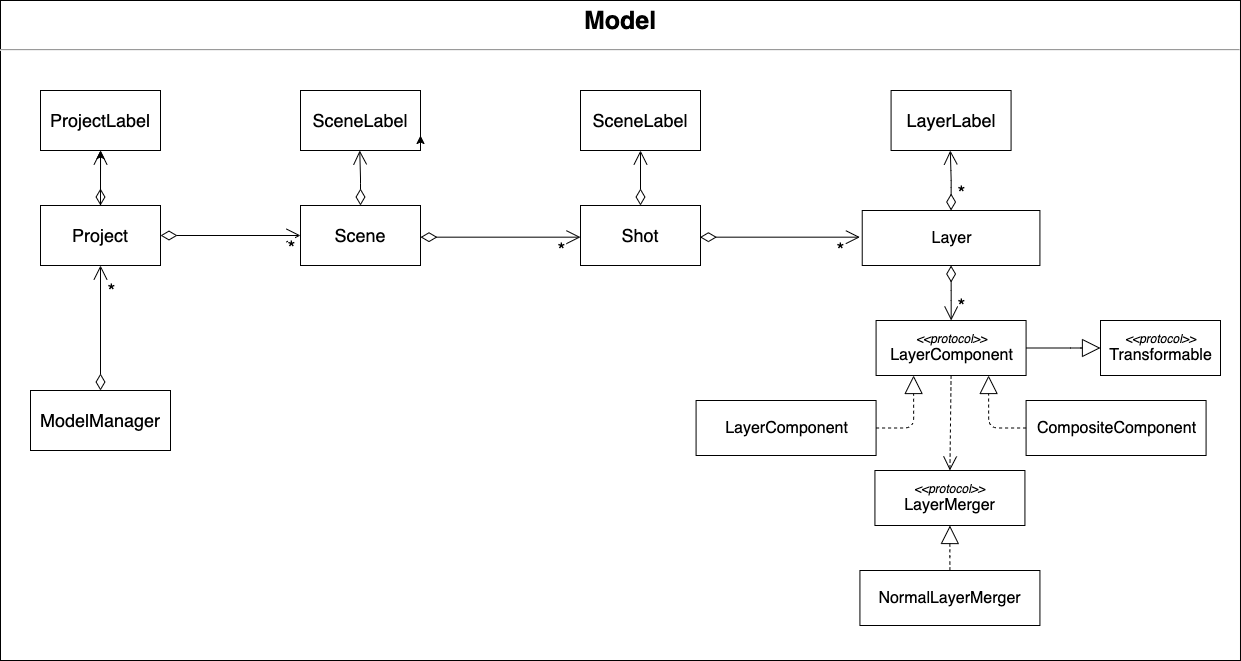
This is diagrams/ModelDiagram.png from CS3217-Storyteller/storyteller-app, a draw.io export, as it was before one commit. Source tidied: cells renumbered, new cells last; positions are measured from the earlier drawing's top-left corner, leaving out a move shared by most shapes.
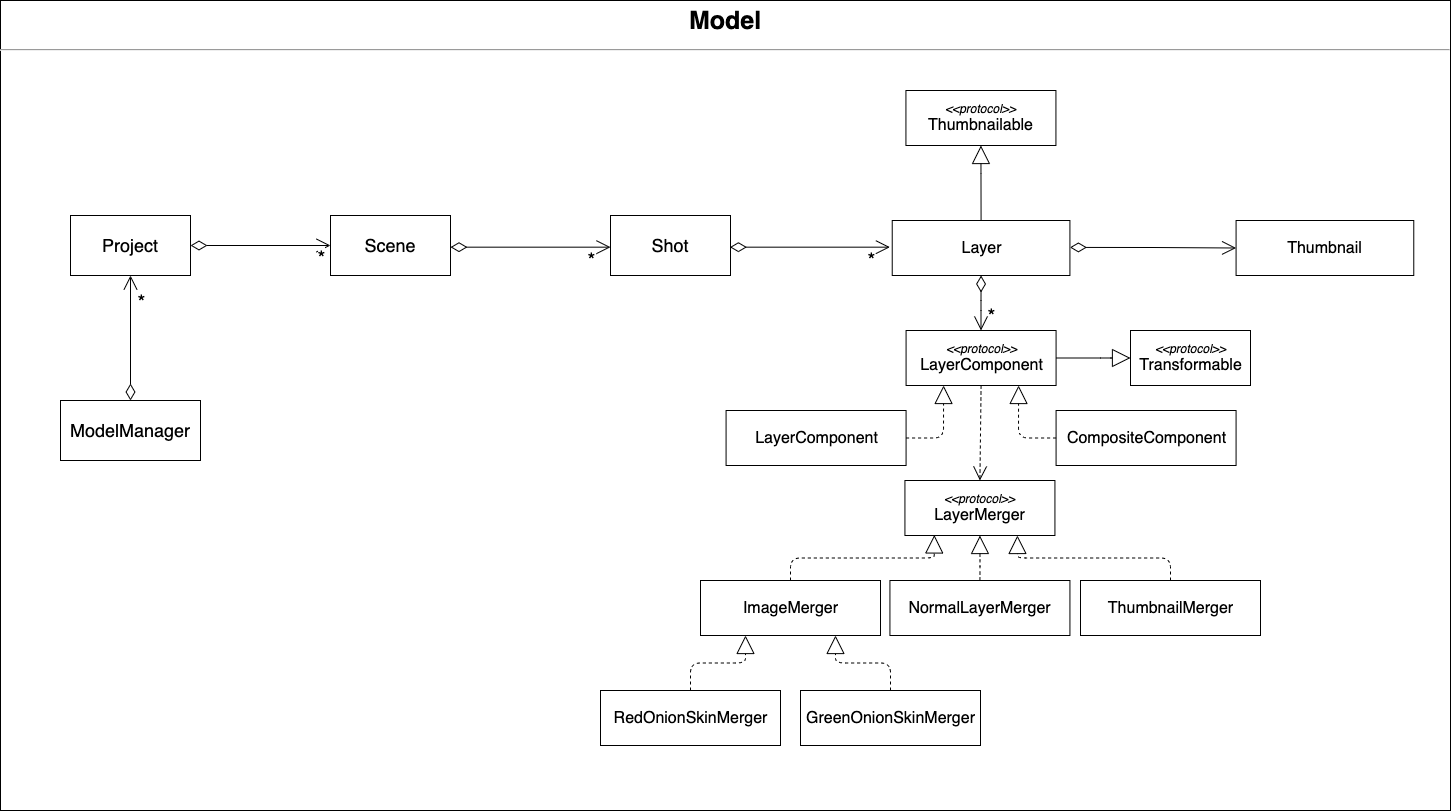
Later version of the same file.

The edit, as a diff of the source:
```diff
@@ -3,7 +3,7 @@
     <mxCell id="0" />
     <mxCell id="1" parent="0" />
     <mxCell id="2" value="&lt;p style=&quot;margin: 6px 0px 0px ; text-align: center ; font-size: 25px&quot;&gt;&lt;b&gt;&lt;font style=&quot;font-size: 25px&quot;&gt;Model&lt;/font&gt;&lt;/b&gt;&lt;/p&gt;&lt;hr style=&quot;font-size: 25px&quot;&gt;&lt;p style=&quot;margin: 0px 0px 0px 8px ; font-size: 25px&quot;&gt;&lt;br&gt;&lt;/p&gt;" style="align=left;overflow=fill;html=1;" parent="1" vertex="1">
-      <mxGeometry width="1240" height="660" as="geometry" />
+      <mxGeometry x="-30" y="-10" width="1450" height="810" as="geometry" />
     </mxCell>
     <mxCell id="3" value="&lt;font style=&quot;font-size: 16px&quot;&gt;LayerComponent&lt;/font&gt;" style="html=1;" parent="1" vertex="1">
       <mxGeometry x="695.6" y="400" width="180" height="55" as="geometry" />
@@ -74,33 +74,15 @@
         </Array>
       </mxGeometry>
     </mxCell>
-    <mxCell id="18" style="edgeStyle=orthogonalEdgeStyle;rounded=0;jettySize=auto;html=1;" parent="1" edge="1" source="19" target="31">
-      <mxGeometry relative="1" as="geometry" />
-    </mxCell>
     <mxCell id="19" value="&lt;span style=&quot;font-size: 18px&quot;&gt;Project&lt;/span&gt;" style="rounded=0;whiteSpace=wrap;html=1;" parent="1" vertex="1">
       <mxGeometry x="40" y="205" width="120" height="60" as="geometry" />
     </mxCell>
     <mxCell id="20" value="&lt;span style=&quot;font-size: 18px&quot;&gt;Scene&lt;/span&gt;" style="rounded=0;whiteSpace=wrap;html=1;" parent="1" vertex="1">
       <mxGeometry x="300" y="205" width="120" height="60" as="geometry" />
     </mxCell>
-    <mxCell id="21" style="endArrow=open;html=1;endSize=12;startArrow=diamondThin;startSize=14;startFill=0;edgeStyle=orthogonalEdgeStyle;align=left;verticalAlign=bottom;exitX=0.5;exitY=0;exitDx=0;exitDy=0;" parent="1" edge="1" source="22">
-      <mxGeometry x="155.1" y="-916" as="geometry">
-        <mxPoint x="640" y="150" as="targetPoint" />
-      </mxGeometry>
-    </mxCell>
     <mxCell id="22" value="&lt;span style=&quot;font-size: 18px&quot;&gt;Shot&lt;/span&gt;" style="rounded=0;whiteSpace=wrap;html=1;" parent="1" vertex="1">
       <mxGeometry x="580" y="205" width="120" height="60" as="geometry" />
     </mxCell>
-    <mxCell id="23" style="endArrow=open;html=1;endSize=12;startArrow=diamondThin;startSize=14;startFill=0;edgeStyle=orthogonalEdgeStyle;align=left;verticalAlign=bottom;exitX=0.5;exitY=0;exitDx=0;exitDy=0;entryX=0.5;entryY=0;entryDx=0;entryDy=0;" parent="1" edge="1" source="4">
-      <mxGeometry x="470.7" y="-916" as="geometry">
-        <mxPoint x="949.8" y="150" as="targetPoint" />
-      </mxGeometry>
-    </mxCell>
-    <mxCell id="24" value="&lt;font style=&quot;font-size: 20px&quot;&gt;*&lt;/font&gt;" style="edgeLabel;html=1;align=center;verticalAlign=middle;" parent="23" vertex="1">
-      <mxGeometry relative="1" as="geometry">
-        <mxPoint x="9.4" y="12" as="offset" />
-      </mxGeometry>
-    </mxCell>
     <mxCell id="25" style="endArrow=open;html=1;endSize=12;startArrow=diamondThin;startSize=14;startFill=0;edgeStyle=orthogonalEdgeStyle;align=left;verticalAlign=bottom;exitX=1;exitY=0.5;exitDx=0;exitDy=0;entryX=0;entryY=0.5;entryDx=0;entryDy=0;" parent="1" edge="1" source="19" target="20">
       <mxGeometry x="-159.1" y="-681" as="geometry" />
     </mxCell>
@@ -131,31 +113,6 @@
         <mxPoint x="60" y="12" as="offset" />
       </mxGeometry>
     </mxCell>
-    <mxCell id="31" value="&lt;span style=&quot;font-size: 18px&quot;&gt;ProjectLabel&lt;/span&gt;&lt;span style=&quot;color: rgba(0 , 0 , 0 , 0) ; font-family: monospace ; font-size: 0px&quot;&gt;%3CmxGraphModel%3E%3Croot%3E%3CmxCell%20id%3D%220%22%2F%3E%3CmxCell%20id%3D%221%22%20parent%3D%220%22%2F%3E%3CmxCell%20id%3D%222%22%20value%3D%22%26lt%3Bspan%20style%3D%26quot%3Bfont-size%3A%2018px%26quot%3B%26gt%3BProject%26lt%3B%2Fspan%26gt%3B%22%20style%3D%22rounded%3D0%3BwhiteSpace%3Dwrap%3Bhtml%3D1%3B%22%20vertex%3D%221%22%20parent%3D%221%22%3E%3CmxGeometry%20x%3D%22-540%22%20y%3D%22-955%22%20width%3D%22120%22%20height%3D%2260%22%20as%3D%22geometry%22%2F%3E%3C%2FmxCell%3E%3C%2Froot%3E%3C%2FmxGraphModel%3E&lt;/span&gt;" style="rounded=0;whiteSpace=wrap;html=1;" parent="1" vertex="1">
-      <mxGeometry x="40" y="90" width="120" height="60" as="geometry" />
-    </mxCell>
-    <mxCell id="32" value="&lt;span style=&quot;font-size: 18px&quot;&gt;SceneLabel&lt;/span&gt;" style="rounded=0;whiteSpace=wrap;html=1;" parent="1" vertex="1">
-      <mxGeometry x="300" y="90" width="120" height="60" as="geometry" />
-    </mxCell>
-    <mxCell id="33" style="edgeStyle=orthogonalEdgeStyle;rounded=0;orthogonalLoop=1;jettySize=auto;html=1;exitX=0.75;exitY=1;exitDx=0;exitDy=0;entryX=1;entryY=0.75;entryDx=0;entryDy=0;" parent="1" edge="1" source="32" target="32">
-      <mxGeometry relative="1" as="geometry" />
-    </mxCell>
-    <mxCell id="34" value="&lt;span style=&quot;font-size: 18px&quot;&gt;SceneLabel&lt;/span&gt;" style="rounded=0;whiteSpace=wrap;html=1;" parent="1" vertex="1">
-      <mxGeometry x="580" y="90" width="120" height="60" as="geometry" />
-    </mxCell>
-    <mxCell id="35" value="&lt;span style=&quot;font-size: 18px&quot;&gt;LayerLabel&lt;/span&gt;" style="rounded=0;whiteSpace=wrap;html=1;" parent="1" vertex="1">
-      <mxGeometry x="890.6" y="90" width="120" height="60" as="geometry" />
-    </mxCell>
-    <mxCell id="36" style="endArrow=open;html=1;endSize=12;startArrow=diamondThin;startSize=14;startFill=0;edgeStyle=orthogonalEdgeStyle;align=left;verticalAlign=bottom;exitX=0.5;exitY=0;exitDx=0;exitDy=0;entryX=0.5;entryY=0;entryDx=0;entryDy=0;" parent="1" edge="1" source="19">
-      <mxGeometry x="-379" y="-916" as="geometry">
-        <mxPoint x="100.1" y="150" as="targetPoint" />
-      </mxGeometry>
-    </mxCell>
-    <mxCell id="37" style="endArrow=open;html=1;endSize=12;startArrow=diamondThin;startSize=14;startFill=0;edgeStyle=orthogonalEdgeStyle;align=left;verticalAlign=bottom;exitX=0.5;exitY=0;exitDx=0;exitDy=0;entryX=0.5;entryY=0;entryDx=0;entryDy=0;" parent="1" edge="1" source="20">
-      <mxGeometry x="-119.9" y="-916" as="geometry">
-        <mxPoint x="359.2" y="150" as="targetPoint" />
-      </mxGeometry>
-    </mxCell>
     <mxCell id="38" value="&lt;span style=&quot;font-size: 18px&quot;&gt;ModelManager&lt;/span&gt;" style="rounded=0;whiteSpace=wrap;html=1;" parent="1" vertex="1">
       <mxGeometry x="30" y="390" width="140" height="60" as="geometry" />
     </mxCell>
@@ -167,5 +124,43 @@
         <mxPoint x="10" y="-36.7" as="offset" />
       </mxGeometry>
     </mxCell>
+    <mxCell id="41" value="&lt;font style=&quot;font-size: 16px&quot;&gt;ImageMerger&lt;/font&gt;" style="html=1;" parent="1" vertex="1">
+      <mxGeometry x="670" y="570" width="180" height="55" as="geometry" />
+    </mxCell>
+    <mxCell id="42" style="endArrow=block;endSize=16;endFill=0;html=1;fontSize=15;entryX=0.196;entryY=0.99;entryDx=0;entryDy=0;edgeStyle=orthogonalEdgeStyle;dashed=1;entryPerimeter=0;exitX=0.5;exitY=0;exitDx=0;exitDy=0;" parent="1" edge="1" source="41" target="14">
+      <mxGeometry relative="1" as="geometry" />
+    </mxCell>
+    <mxCell id="43" value="&lt;font style=&quot;font-size: 16px&quot;&gt;ThumbnailMerger&lt;/font&gt;" style="html=1;" parent="1" vertex="1">
+      <mxGeometry x="1050" y="570" width="180" height="55" as="geometry" />
+    </mxCell>
+    <mxCell id="44" style="endArrow=block;endSize=16;endFill=0;html=1;fontSize=15;entryX=0.75;entryY=1;entryDx=0;entryDy=0;edgeStyle=orthogonalEdgeStyle;dashed=1;exitX=0.5;exitY=0;exitDx=0;exitDy=0;" parent="1" edge="1" source="43" target="14">
+      <mxGeometry relative="1" as="geometry" />
+    </mxCell>
+    <mxCell id="45" value="&lt;font style=&quot;font-size: 16px&quot;&gt;RedOnionSkinMerger&lt;/font&gt;" style="html=1;" parent="1" vertex="1">
+      <mxGeometry x="570" y="680" width="180" height="55" as="geometry" />
+    </mxCell>
+    <mxCell id="46" value="&lt;font style=&quot;font-size: 16px&quot;&gt;GreenOnionSkinMerger&lt;/font&gt;" style="html=1;" parent="1" vertex="1">
+      <mxGeometry x="770" y="680" width="180" height="55" as="geometry" />
+    </mxCell>
+    <mxCell id="47" style="endArrow=block;endSize=16;endFill=0;html=1;fontSize=15;entryX=0.25;entryY=1;entryDx=0;entryDy=0;edgeStyle=orthogonalEdgeStyle;dashed=1;exitX=0.5;exitY=0;exitDx=0;exitDy=0;" parent="1" edge="1" source="45" target="41">
+      <mxGeometry relative="1" as="geometry" />
+    </mxCell>
+    <mxCell id="48" style="endArrow=block;endSize=16;endFill=0;html=1;fontSize=15;entryX=0.75;entryY=1;entryDx=0;entryDy=0;edgeStyle=orthogonalEdgeStyle;dashed=1;exitX=0.5;exitY=0;exitDx=0;exitDy=0;" parent="1" edge="1" source="46" target="41">
+      <mxGeometry relative="1" as="geometry" />
+    </mxCell>
+    <mxCell id="49" value="&lt;span style=&quot;font-size: 16px&quot;&gt;Thumbnail&lt;/span&gt;" style="html=1;" parent="1" vertex="1">
+      <mxGeometry x="1205.6" y="210" width="177.7" height="55" as="geometry" />
+    </mxCell>
+    <mxCell id="50" style="endArrow=open;html=1;endSize=12;startArrow=diamondThin;startSize=14;startFill=0;edgeStyle=orthogonalEdgeStyle;align=left;verticalAlign=bottom;exitX=1;exitY=0.5;exitDx=0;exitDy=0;entryX=0;entryY=0.5;entryDx=0;entryDy=0;" parent="1" edge="1" target="49">
+      <mxGeometry x="710.3" y="-684.1" as="geometry">
+        <mxPoint x="1039.4" y="236.9" as="sourcePoint" />
+      </mxGeometry>
+    </mxCell>
+    <mxCell id="51" style="endArrow=block;endSize=16;endFill=0;html=1;fontSize=15;exitX=0.5;exitY=0;exitDx=0;exitDy=0;edgeStyle=orthogonalEdgeStyle;entryX=0.5;entryY=1;entryDx=0;entryDy=0;" parent="1" edge="1" source="4" target="52">
+      <mxGeometry relative="1" as="geometry" />
+    </mxCell>
+    <mxCell id="52" value="&lt;font&gt;&lt;font style=&quot;font-size: 12px&quot;&gt;&lt;i&gt;&amp;lt;&amp;lt;protocol&amp;gt;&amp;gt;&lt;/i&gt;&lt;/font&gt;&lt;br&gt;&lt;span style=&quot;font-size: 16px&quot;&gt;Thumbnailable&lt;/span&gt;&lt;br&gt;&lt;/font&gt;" style="html=1;" parent="1" vertex="1">
+      <mxGeometry x="875.4" y="80" width="150" height="55" as="geometry" />
+    </mxCell>
   </root>
 </mxGraphModel>
```
